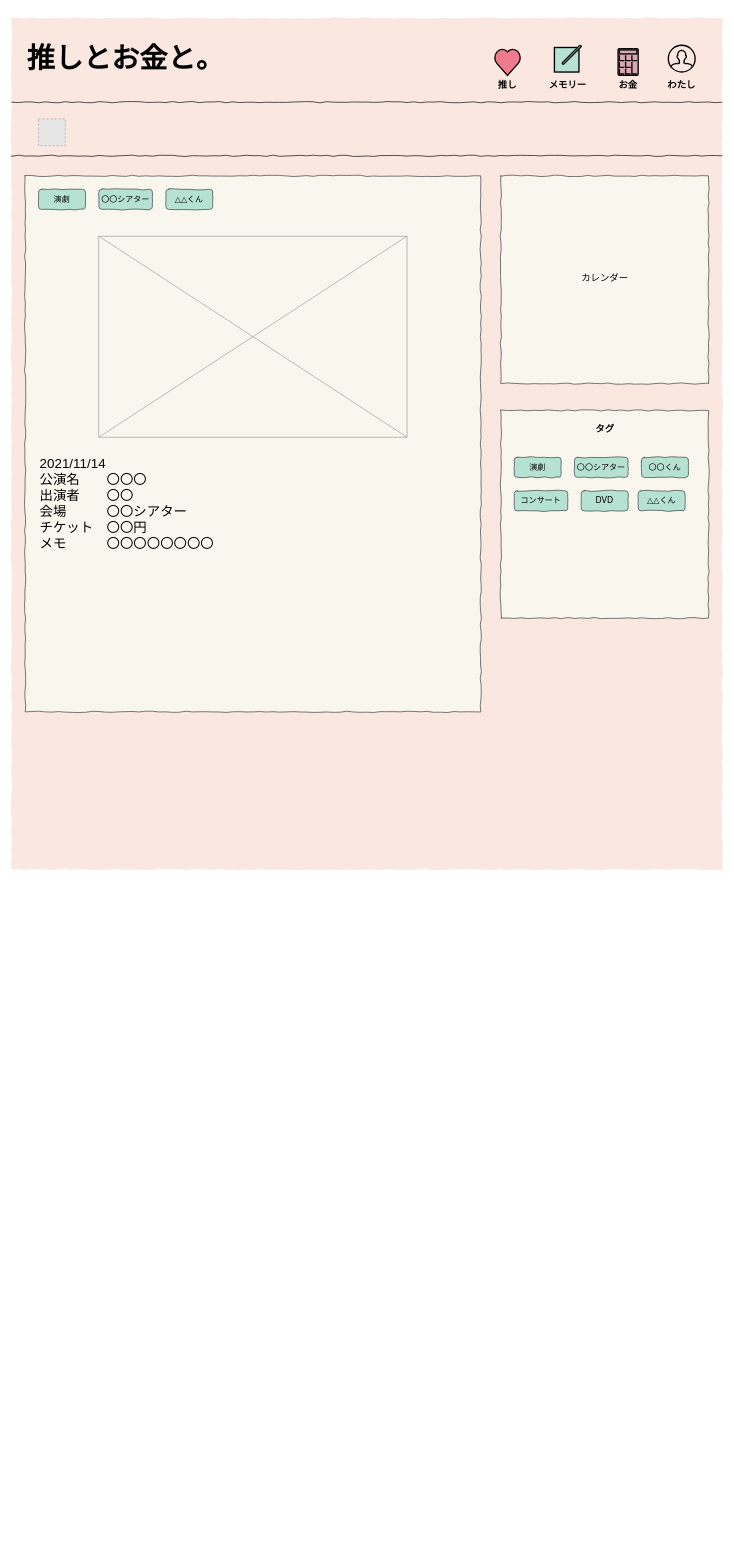
The draw.io diagram page "メモリー" (3 of 5) of Untitled Diagram.drawio in yuko-miyamoto/Laravel_10, before the edit. Source tidied: cells renumbered, new cells numbered last; positions are measured from the earlier drawing's top-left corner, leaving out a move shared by most shapes. Both pictures are drawn from the tidied source at 67%, with x=0, y=0 at pixel (11, 18). Pictures stored in the file or linked from it are replaced by grey dashed boxes.
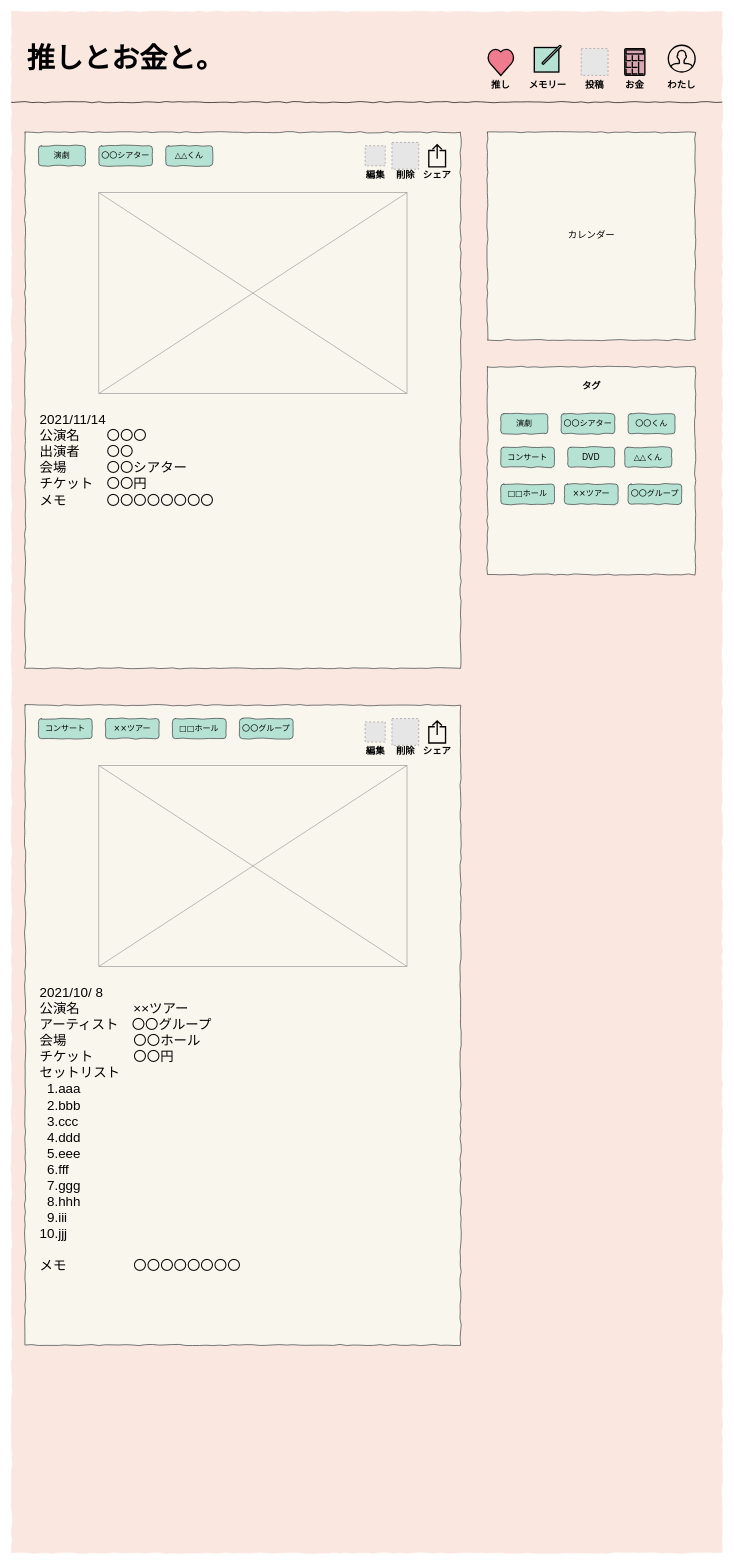
Above is the later version.

Change to the diagram source:
```diff
@@
     <mxCell id="2" style="whiteSpace=wrap;html=1;rounded=0;shadow=0;labelBackgroundColor=none;strokeWidth=1;fontFamily=Verdana;fontSize=12;align=center;comic=1;strokeColor=#FAE8E0;fillColor=#FAE8E0;fontColor=#ffffff;" parent="1" vertex="1">
-      <mxGeometry width="1060" height="1270" as="geometry" />
+      <mxGeometry y="-10" width="1060" height="2300" as="geometry" />
     </mxCell>
     <mxCell id="3" style="whiteSpace=wrap;html=1;rounded=0;shadow=0;labelBackgroundColor=none;strokeWidth=1;fontFamily=Verdana;fontSize=12;align=center;comic=1;fillColor=#F9F7ED;strokeColor=#36393d;" parent="1" vertex="1">
-      <mxGeometry x="730" y="585" width="310" height="310" as="geometry" />
+      <mxGeometry x="710" y="520" width="310" height="310" as="geometry" />
     </mxCell>
-    <mxCell id="4" value="わたし" style="whiteSpace=wrap;html=1;rounded=0;shadow=0;labelBackgroundColor=none;strokeWidth=1;fontFamily=Verdana;fontSize=14;align=center;comic=1;fillColor=none;strokeColor=none;verticalAlign=bottom;fontStyle=1;" parent="1" vertex="1">
-      <mxGeometry x="960" y="20" width="80" height="90" as="geometry" />
-    </mxCell>
-    <mxCell id="5" value="お金" style="whiteSpace=wrap;html=1;rounded=0;shadow=0;labelBackgroundColor=none;strokeWidth=1;fontFamily=Verdana;fontSize=14;align=center;comic=1;fillColor=none;strokeColor=none;verticalAlign=bottom;fontStyle=1;" parent="1" vertex="1">
-      <mxGeometry x="880" y="20" width="80" height="90" as="geometry" />
-    </mxCell>
-    <mxCell id="6" value="メモリー" style="whiteSpace=wrap;html=1;rounded=0;shadow=0;labelBackgroundColor=none;strokeWidth=1;fontFamily=Verdana;fontSize=14;align=center;comic=1;fillColor=none;strokeColor=none;verticalAlign=bottom;fontStyle=1;" parent="1" vertex="1">
-      <mxGeometry x="790" y="20" width="80" height="90" as="geometry" />
-    </mxCell>
-    <mxCell id="7" value="推し" style="whiteSpace=wrap;html=1;rounded=0;shadow=0;labelBackgroundColor=none;strokeWidth=1;fontFamily=Verdana;fontSize=14;align=center;comic=1;fillColor=none;strokeColor=none;verticalAlign=bottom;fontStyle=1;" parent="1" vertex="1">
-      <mxGeometry x="700" y="20" width="80" height="90" as="geometry" />
-    </mxCell>
@@
-    <mxCell id="10" style="html=1;verticalLabelPosition=bottom;align=center;labelBackgroundColor=default;verticalAlign=top;strokeWidth=2;strokeColor=#000000;shadow=0;dashed=0;shape=mxgraph.ios7.icons.edit;rounded=1;fontSize=18;fillColor=#B6E2D3;" parent="1" vertex="1">
-      <mxGeometry x="810" y="40" width="40" height="40" as="geometry" />
-    </mxCell>
-    <mxCell id="11" style="html=1;verticalLabelPosition=bottom;align=center;labelBackgroundColor=#ffffff;verticalAlign=top;strokeWidth=2;strokeColor=#000000;shadow=0;dashed=0;shape=mxgraph.ios7.icons.heart;rounded=1;fontSize=18;fillColor=#EF7C8E;" parent="1" vertex="1">
-      <mxGeometry x="720" y="45" width="40" height="40" as="geometry" />
-    </mxCell>
-    <mxCell id="12" style="html=1;verticalLabelPosition=bottom;align=center;labelBackgroundColor=#ffffff;verticalAlign=top;strokeWidth=2;strokeColor=#000000;shadow=0;dashed=0;shape=mxgraph.ios7.icons.calculator;rounded=0;sketch=0;fontSize=18;fillColor=#D8A7B1;" parent="1" vertex="1">
-      <mxGeometry x="905" y="45" width="30" height="40" as="geometry" />
-    </mxCell>
-    <mxCell id="13" style="html=1;verticalLabelPosition=bottom;align=center;labelBackgroundColor=#ffffff;verticalAlign=top;strokeWidth=2;strokeColor=#000000;shadow=0;dashed=0;shape=mxgraph.ios7.icons.user;rounded=0;sketch=0;fontSize=14;fillColor=none;" parent="1" vertex="1">
-      <mxGeometry x="980" y="40" width="40" height="40" as="geometry" />
-    </mxCell>
     <mxCell id="14" style="whiteSpace=wrap;html=1;rounded=0;shadow=0;labelBackgroundColor=none;strokeWidth=1;fontFamily=Verdana;fontSize=12;align=center;comic=1;fillColor=#F9F7ED;strokeColor=#36393d;" parent="1" vertex="1">
-      <mxGeometry x="730" y="235" width="310" height="310" as="geometry" />
+      <mxGeometry x="710" y="170" width="310" height="310" as="geometry" />
     </mxCell>
     <mxCell id="15" value="カレンダー" style="text;html=1;align=center;verticalAlign=middle;spacingTop=-4;fontSize=14;fontFamily=Verdana;" parent="1" vertex="1">
-      <mxGeometry x="800" y="380" width="170" height="20" as="geometry" />
+      <mxGeometry x="780" y="315" width="170" height="20" as="geometry" />
     </mxCell>
     <mxCell id="16" value="演劇" style="whiteSpace=wrap;html=1;rounded=1;shadow=0;labelBackgroundColor=none;strokeWidth=1;fontFamily=Verdana;fontSize=12;align=center;comic=1;fillColor=#B6E2D3;strokeColor=#36393d;" parent="1" vertex="1">
-      <mxGeometry x="750" y="655" width="70" height="30" as="geometry" />
+      <mxGeometry x="730" y="590" width="70" height="30" as="geometry" />
     </mxCell>
     <mxCell id="17" value="〇〇シアター" style="whiteSpace=wrap;html=1;rounded=1;shadow=0;labelBackgroundColor=none;strokeWidth=1;fontFamily=Verdana;fontSize=12;align=center;comic=1;fillColor=#B6E2D3;strokeColor=#36393d;" parent="1" vertex="1">
-      <mxGeometry x="840" y="655" width="80" height="30" as="geometry" />
+      <mxGeometry x="820" y="590" width="80" height="30" as="geometry" />
     </mxCell>
     <mxCell id="18" value="〇〇くん" style="whiteSpace=wrap;html=1;rounded=1;shadow=0;labelBackgroundColor=none;strokeWidth=1;fontFamily=Verdana;fontSize=12;align=center;comic=1;fillColor=#B6E2D3;strokeColor=#36393d;" parent="1" vertex="1">
-      <mxGeometry x="940" y="655" width="70" height="30" as="geometry" />
+      <mxGeometry x="920" y="590" width="70" height="30" as="geometry" />
     </mxCell>
     <mxCell id="19" style="whiteSpace=wrap;html=1;rounded=0;shadow=0;labelBackgroundColor=none;strokeWidth=1;fontFamily=Verdana;fontSize=12;align=center;comic=1;fillColor=#F9F7ED;strokeColor=#36393d;" parent="1" vertex="1">
-      <mxGeometry x="20" y="235" width="680" height="800" as="geometry" />
+      <mxGeometry x="20" y="170" width="650" height="800" as="geometry" />
     </mxCell>
     <mxCell id="20" style="verticalLabelPosition=bottom;shadow=0;dashed=0;align=center;html=1;verticalAlign=top;strokeWidth=1;shape=mxgraph.mockup.graphics.simpleIcon;strokeColor=#999999;rounded=1;fontSize=18;fillColor=none;" parent="1" vertex="1">
-      <mxGeometry x="130" y="325" width="460" height="300" as="geometry" />
+      <mxGeometry x="130" y="260" width="460" height="300" as="geometry" />
     </mxCell>
     <mxCell id="21" value="タグ" style="text;html=1;align=center;verticalAlign=middle;spacingTop=-4;fontSize=14;fontFamily=Verdana;fontStyle=1;" parent="1" vertex="1">
-      <mxGeometry x="800" y="605" width="170" height="20" as="geometry" />
+      <mxGeometry x="780" y="540" width="170" height="20" as="geometry" />
     </mxCell>
     <mxCell id="22" value="コンサート" style="whiteSpace=wrap;html=1;rounded=1;shadow=0;labelBackgroundColor=none;strokeWidth=1;fontFamily=Verdana;fontSize=12;align=center;comic=1;fillColor=#B6E2D3;strokeColor=#36393d;" parent="1" vertex="1">
-      <mxGeometry x="750" y="705" width="80" height="30" as="geometry" />
+      <mxGeometry x="730" y="640" width="80" height="30" as="geometry" />
     </mxCell>
     <mxCell id="23" value="DVD" style="whiteSpace=wrap;html=1;rounded=1;shadow=0;labelBackgroundColor=none;strokeWidth=1;fontFamily=Verdana;fontSize=12;align=center;comic=1;fillColor=#B6E2D3;strokeColor=#36393d;" parent="1" vertex="1">
-      <mxGeometry x="850" y="705" width="70" height="30" as="geometry" />
+      <mxGeometry x="830" y="640" width="70" height="30" as="geometry" />
     </mxCell>
     <mxCell id="24" value="△△くん" style="whiteSpace=wrap;html=1;rounded=1;shadow=0;labelBackgroundColor=none;strokeWidth=1;fontFamily=Verdana;fontSize=12;align=center;comic=1;fillColor=#B6E2D3;strokeColor=#36393d;" parent="1" vertex="1">
-      <mxGeometry x="935" y="705" width="70" height="30" as="geometry" />
+      <mxGeometry x="915" y="640" width="70" height="30" as="geometry" />
     </mxCell>
     <mxCell id="25" value="演劇" style="whiteSpace=wrap;html=1;rounded=1;shadow=0;labelBackgroundColor=none;strokeWidth=1;fontFamily=Verdana;fontSize=12;align=center;comic=1;fillColor=#B6E2D3;strokeColor=#36393d;" parent="1" vertex="1">
-      <mxGeometry x="40" y="255" width="70" height="30" as="geometry" />
+      <mxGeometry x="40" y="190" width="70" height="30" as="geometry" />
     </mxCell>
     <mxCell id="26" value="〇〇シアター" style="whiteSpace=wrap;html=1;rounded=1;shadow=0;labelBackgroundColor=none;strokeWidth=1;fontFamily=Verdana;fontSize=12;align=center;comic=1;fillColor=#B6E2D3;strokeColor=#36393d;" parent="1" vertex="1">
-      <mxGeometry x="130" y="255" width="80" height="30" as="geometry" />
+      <mxGeometry x="130" y="190" width="80" height="30" as="geometry" />
     </mxCell>
     <mxCell id="27" value="△△くん" style="whiteSpace=wrap;html=1;rounded=1;shadow=0;labelBackgroundColor=none;strokeWidth=1;fontFamily=Verdana;fontSize=12;align=center;comic=1;fillColor=#B6E2D3;strokeColor=#36393d;" parent="1" vertex="1">
-      <mxGeometry x="230" y="255" width="70" height="30" as="geometry" />
+      <mxGeometry x="230" y="190" width="70" height="30" as="geometry" />
     </mxCell>
     <mxCell id="28" value="2021/11/14&lt;br style=&quot;font-size: 20px&quot;&gt;公演名　　〇〇〇&lt;br style=&quot;font-size: 20px&quot;&gt;出演者　　〇〇&lt;br style=&quot;font-size: 20px&quot;&gt;会場　　　〇〇シアター&lt;br style=&quot;font-size: 20px&quot;&gt;チケット　〇〇円&lt;br style=&quot;font-size: 20px&quot;&gt;&lt;div style=&quot;font-size: 20px&quot;&gt;&lt;span style=&quot;font-size: 20px&quot;&gt;メモ　　　〇〇〇〇〇〇〇〇&lt;/span&gt;&lt;/div&gt;" style="text;html=1;strokeColor=none;fillColor=none;align=left;verticalAlign=top;whiteSpace=wrap;rounded=0;shadow=1;glass=0;sketch=0;fontSize=20;fontColor=#000000;" parent="1" vertex="1">
-      <mxGeometry x="40" y="645" width="640" height="350" as="geometry" />
+      <mxGeometry x="40" y="580" width="640" height="350" as="geometry" />
     </mxCell>
-    <mxCell id="29" style="line;strokeWidth=1;html=1;rounded=0;shadow=0;labelBackgroundColor=none;fillColor=none;fontFamily=Verdana;fontSize=14;fontColor=#000000;align=center;comic=1;" parent="1" vertex="1">
-      <mxGeometry y="200" width="1060" height="10" as="geometry" />
-    </mxCell>
-    <mxCell id="30" style="fillColor=#E6E6E6;strokeColor=#999999;dashed=1;html=1;verticalAlign=top;verticalLabelPosition=bottom;labelBackgroundColor=#ffffff;fontSize=14;fontColor=#000000;" parent="1" vertex="1">
-      <mxGeometry x="40" y="150" width="40" height="40" as="geometry" />
-    </mxCell>
+    <mxCell id="31" style="fillColor=#E6E6E6;strokeColor=#999999;dashed=1;html=1;verticalAlign=top;verticalLabelPosition=bottom;labelBackgroundColor=#ffffff;fontSize=14;fontColor=#000000;" parent="1" vertex="1">
+      <mxGeometry x="527.5" y="190" width="30" height="30" as="geometry" />
+    </mxCell>
+    <mxCell id="32" style="fillColor=#E6E6E6;strokeColor=#999999;dashed=1;html=1;verticalAlign=top;verticalLabelPosition=bottom;labelBackgroundColor=#ffffff;fontSize=14;fontColor=#000000;" parent="1" vertex="1">
+      <mxGeometry x="567.5" y="185" width="40" height="40" as="geometry" />
+    </mxCell>
+    <mxCell id="33" style="html=1;verticalLabelPosition=bottom;align=center;labelBackgroundColor=#ffffff;verticalAlign=top;strokeWidth=2;strokeColor=#000000;shadow=0;dashed=0;shape=mxgraph.ios7.icons.share;rounded=0;glass=0;sketch=0;fontSize=14;fontColor=#000000;fillColor=none;" parent="1" vertex="1">
+      <mxGeometry x="622.5" y="188.5" width="25" height="33" as="geometry" />
+    </mxCell>
+    <mxCell id="34" value="□□ホール" style="whiteSpace=wrap;html=1;rounded=1;shadow=0;labelBackgroundColor=none;strokeWidth=1;fontFamily=Verdana;fontSize=12;align=center;comic=1;fillColor=#B6E2D3;strokeColor=#36393d;" parent="1" vertex="1">
+      <mxGeometry x="730" y="695" width="80" height="30" as="geometry" />
+    </mxCell>
+    <mxCell id="35" value="××ツアー" style="whiteSpace=wrap;html=1;rounded=1;shadow=0;labelBackgroundColor=none;strokeWidth=1;fontFamily=Verdana;fontSize=12;align=center;comic=1;fillColor=#B6E2D3;strokeColor=#36393d;" parent="1" vertex="1">
+      <mxGeometry x="825" y="695" width="80" height="30" as="geometry" />
+    </mxCell>
+    <mxCell id="36" style="whiteSpace=wrap;html=1;rounded=0;shadow=0;labelBackgroundColor=none;strokeWidth=1;fontFamily=Verdana;fontSize=12;align=center;comic=1;fillColor=#F9F7ED;strokeColor=#36393d;" parent="1" vertex="1">
+      <mxGeometry x="20" y="1025" width="650" height="955" as="geometry" />
+    </mxCell>
+    <mxCell id="37" style="verticalLabelPosition=bottom;shadow=0;dashed=0;align=center;html=1;verticalAlign=top;strokeWidth=1;shape=mxgraph.mockup.graphics.simpleIcon;strokeColor=#999999;rounded=1;fontSize=18;fillColor=none;" parent="1" vertex="1">
+      <mxGeometry x="130" y="1115" width="460" height="300" as="geometry" />
+    </mxCell>
+    <mxCell id="38" value="2021/10/ 8&lt;br style=&quot;font-size: 20px&quot;&gt;公演名　　　　××ツアー&lt;br style=&quot;font-size: 20px&quot;&gt;アーティスト　〇〇グループ&lt;br style=&quot;font-size: 20px&quot;&gt;会場　　　　　〇〇ホール&lt;br style=&quot;font-size: 20px&quot;&gt;チケット　　　〇〇円&lt;br&gt;セットリスト&lt;br&gt;&amp;nbsp; 1.aaa&amp;nbsp;&lt;br&gt;&amp;nbsp; 2.bbb&lt;br&gt;&amp;nbsp; 3.ccc&lt;br&gt;&amp;nbsp; 4.ddd&lt;br&gt;&amp;nbsp; 5.eee&lt;br&gt;&amp;nbsp; 6.fff&lt;br&gt;&amp;nbsp; 7.ggg&lt;br&gt;&amp;nbsp; 8.hhh&lt;br&gt;&amp;nbsp; 9.iii&lt;br&gt;10.jjj&lt;br&gt;&lt;br style=&quot;font-size: 20px&quot;&gt;&lt;div style=&quot;font-size: 20px&quot;&gt;&lt;span style=&quot;font-size: 20px&quot;&gt;メモ　　　　　〇〇〇〇〇〇〇〇&lt;/span&gt;&lt;/div&gt;" style="text;html=1;strokeColor=none;fillColor=none;align=left;verticalAlign=top;whiteSpace=wrap;rounded=0;shadow=1;glass=0;sketch=0;fontSize=20;fontColor=#000000;" parent="1" vertex="1">
+      <mxGeometry x="40" y="1435" width="640" height="495" as="geometry" />
+    </mxCell>
+    <mxCell id="39" value="コンサート" style="whiteSpace=wrap;html=1;rounded=1;shadow=0;labelBackgroundColor=none;strokeWidth=1;fontFamily=Verdana;fontSize=12;align=center;comic=1;fillColor=#B6E2D3;strokeColor=#36393d;" parent="1" vertex="1">
+      <mxGeometry x="40" y="1045" width="80" height="30" as="geometry" />
+    </mxCell>
+    <mxCell id="40" value="××ツアー" style="whiteSpace=wrap;html=1;rounded=1;shadow=0;labelBackgroundColor=none;strokeWidth=1;fontFamily=Verdana;fontSize=12;align=center;comic=1;fillColor=#B6E2D3;strokeColor=#36393d;" parent="1" vertex="1">
+      <mxGeometry x="140" y="1045" width="80" height="30" as="geometry" />
+    </mxCell>
+    <mxCell id="41" value="□□ホール" style="whiteSpace=wrap;html=1;rounded=1;shadow=0;labelBackgroundColor=none;strokeWidth=1;fontFamily=Verdana;fontSize=12;align=center;comic=1;fillColor=#B6E2D3;strokeColor=#36393d;" parent="1" vertex="1">
+      <mxGeometry x="240" y="1045" width="80" height="30" as="geometry" />
+    </mxCell>
+    <mxCell id="42" value="編集" style="whiteSpace=wrap;html=1;rounded=0;shadow=0;labelBackgroundColor=none;strokeWidth=1;fontFamily=Verdana;fontSize=14;align=center;comic=1;fillColor=none;strokeColor=none;verticalAlign=bottom;fontStyle=1;" parent="1" vertex="1">
+      <mxGeometry x="507.5" y="165" width="70" height="80" as="geometry" />
+    </mxCell>
+    <mxCell id="43" value="削除" style="whiteSpace=wrap;html=1;rounded=0;shadow=0;labelBackgroundColor=none;strokeWidth=1;fontFamily=Verdana;fontSize=14;align=center;comic=1;fillColor=none;strokeColor=none;verticalAlign=bottom;fontStyle=1;" parent="1" vertex="1">
+      <mxGeometry x="552.5" y="165" width="70" height="80" as="geometry" />
+    </mxCell>
+    <mxCell id="44" value="シェア" style="whiteSpace=wrap;html=1;rounded=0;shadow=0;labelBackgroundColor=none;strokeWidth=1;fontFamily=Verdana;fontSize=14;align=center;comic=1;fillColor=none;strokeColor=none;verticalAlign=bottom;fontStyle=1;" parent="1" vertex="1">
+      <mxGeometry x="600" y="165" width="70" height="80" as="geometry" />
+    </mxCell>
+    <mxCell id="45" style="fillColor=#E6E6E6;strokeColor=#999999;dashed=1;html=1;verticalAlign=top;verticalLabelPosition=bottom;labelBackgroundColor=#ffffff;fontSize=14;fontColor=#000000;" parent="1" vertex="1">
+      <mxGeometry x="527.5" y="1050" width="30" height="30" as="geometry" />
+    </mxCell>
+    <mxCell id="46" style="fillColor=#E6E6E6;strokeColor=#999999;dashed=1;html=1;verticalAlign=top;verticalLabelPosition=bottom;labelBackgroundColor=#ffffff;fontSize=14;fontColor=#000000;" parent="1" vertex="1">
+      <mxGeometry x="567.5" y="1045" width="40" height="40" as="geometry" />
+    </mxCell>
+    <mxCell id="47" style="html=1;verticalLabelPosition=bottom;align=center;labelBackgroundColor=#ffffff;verticalAlign=top;strokeWidth=2;strokeColor=#000000;shadow=0;dashed=0;shape=mxgraph.ios7.icons.share;rounded=0;glass=0;sketch=0;fontSize=14;fontColor=#000000;fillColor=none;" parent="1" vertex="1">
+      <mxGeometry x="622.5" y="1048.5" width="25" height="33" as="geometry" />
+    </mxCell>
+    <mxCell id="48" value="編集" style="whiteSpace=wrap;html=1;rounded=0;shadow=0;labelBackgroundColor=none;strokeWidth=1;fontFamily=Verdana;fontSize=14;align=center;comic=1;fillColor=none;strokeColor=none;verticalAlign=bottom;fontStyle=1;" parent="1" vertex="1">
+      <mxGeometry x="507.5" y="1025" width="70" height="80" as="geometry" />
+    </mxCell>
+    <mxCell id="49" value="削除" style="whiteSpace=wrap;html=1;rounded=0;shadow=0;labelBackgroundColor=none;strokeWidth=1;fontFamily=Verdana;fontSize=14;align=center;comic=1;fillColor=none;strokeColor=none;verticalAlign=bottom;fontStyle=1;" parent="1" vertex="1">
+      <mxGeometry x="552.5" y="1025" width="70" height="80" as="geometry" />
+    </mxCell>
+    <mxCell id="50" value="シェア" style="whiteSpace=wrap;html=1;rounded=0;shadow=0;labelBackgroundColor=none;strokeWidth=1;fontFamily=Verdana;fontSize=14;align=center;comic=1;fillColor=none;strokeColor=none;verticalAlign=bottom;fontStyle=1;" parent="1" vertex="1">
+      <mxGeometry x="600" y="1025" width="70" height="80" as="geometry" />
+    </mxCell>
+    <mxCell id="51" value="〇〇グループ" style="whiteSpace=wrap;html=1;rounded=1;shadow=0;labelBackgroundColor=none;strokeWidth=1;fontFamily=Verdana;fontSize=12;align=center;comic=1;fillColor=#B6E2D3;strokeColor=#36393d;" parent="1" vertex="1">
+      <mxGeometry x="920" y="695" width="80" height="30" as="geometry" />
+    </mxCell>
+    <mxCell id="52" value="〇〇グループ" style="whiteSpace=wrap;html=1;rounded=1;shadow=0;labelBackgroundColor=none;strokeWidth=1;fontFamily=Verdana;fontSize=12;align=center;comic=1;fillColor=#B6E2D3;strokeColor=#36393d;" parent="1" vertex="1">
+      <mxGeometry x="340" y="1045" width="80" height="30" as="geometry" />
+    </mxCell>
+    <mxCell id="53" value="投稿" style="whiteSpace=wrap;html=1;rounded=0;shadow=0;labelBackgroundColor=none;strokeWidth=1;fontFamily=Verdana;fontSize=14;align=center;comic=1;fillColor=none;strokeColor=none;verticalAlign=bottom;fontStyle=1;" parent="1" vertex="1">
+      <mxGeometry x="830" y="20" width="80" height="90" as="geometry" />
+    </mxCell>
+    <mxCell id="4" value="わたし" style="whiteSpace=wrap;html=1;rounded=0;shadow=0;labelBackgroundColor=none;strokeWidth=1;fontFamily=Verdana;fontSize=14;align=center;comic=1;fillColor=none;strokeColor=none;verticalAlign=bottom;fontStyle=1;" parent="1" vertex="1">
+      <mxGeometry x="960" y="20" width="80" height="90" as="geometry" />
+    </mxCell>
+    <mxCell id="5" value="お金" style="whiteSpace=wrap;html=1;rounded=0;shadow=0;labelBackgroundColor=none;strokeWidth=1;fontFamily=Verdana;fontSize=14;align=center;comic=1;fillColor=none;strokeColor=none;verticalAlign=bottom;fontStyle=1;" parent="1" vertex="1">
+      <mxGeometry x="890" y="20" width="80" height="90" as="geometry" />
+    </mxCell>
+    <mxCell id="6" value="メモリー" style="whiteSpace=wrap;html=1;rounded=0;shadow=0;labelBackgroundColor=none;strokeWidth=1;fontFamily=Verdana;fontSize=14;align=center;comic=1;fillColor=none;strokeColor=none;verticalAlign=bottom;fontStyle=1;" parent="1" vertex="1">
+      <mxGeometry x="760" y="20" width="80" height="90" as="geometry" />
+    </mxCell>
+    <mxCell id="54" style="html=1;verticalLabelPosition=bottom;align=center;labelBackgroundColor=default;verticalAlign=top;strokeWidth=2;strokeColor=#000000;shadow=0;dashed=0;shape=mxgraph.ios7.icons.edit;rounded=1;fontSize=18;fillColor=#B6E2D3;" parent="1" vertex="1">
+      <mxGeometry x="780" y="40" width="40" height="40" as="geometry" />
+    </mxCell>
+    <mxCell id="55" style="html=1;verticalLabelPosition=bottom;align=center;labelBackgroundColor=#ffffff;verticalAlign=top;strokeWidth=2;strokeColor=#000000;shadow=0;dashed=0;shape=mxgraph.ios7.icons.heart;rounded=1;fontSize=18;fillColor=#EF7C8E;" parent="1" vertex="1">
+      <mxGeometry x="710" y="45" width="40" height="40" as="geometry" />
+    </mxCell>
+    <mxCell id="56" style="html=1;verticalLabelPosition=bottom;align=center;labelBackgroundColor=#ffffff;verticalAlign=top;strokeWidth=2;strokeColor=#000000;shadow=0;dashed=0;shape=mxgraph.ios7.icons.calculator;rounded=0;sketch=0;fontSize=18;fillColor=#D8A7B1;" parent="1" vertex="1">
+      <mxGeometry x="915" y="45" width="30" height="40" as="geometry" />
+    </mxCell>
+    <mxCell id="13" style="html=1;verticalLabelPosition=bottom;align=center;labelBackgroundColor=#ffffff;verticalAlign=top;strokeWidth=2;strokeColor=#000000;shadow=0;dashed=0;shape=mxgraph.ios7.icons.user;rounded=0;sketch=0;fontSize=14;fillColor=none;" parent="1" vertex="1">
+      <mxGeometry x="980" y="40" width="40" height="40" as="geometry" />
+    </mxCell>
+    <mxCell id="57" style="fillColor=#E6E6E6;strokeColor=#999999;dashed=1;html=1;verticalAlign=top;verticalLabelPosition=bottom;labelBackgroundColor=#ffffff;fontSize=14;fontColor=#000000;" parent="1" vertex="1">
+      <mxGeometry x="850" y="45" width="40" height="40" as="geometry" />
+    </mxCell>
+    <mxCell id="7" value="推し" style="whiteSpace=wrap;html=1;rounded=0;shadow=0;labelBackgroundColor=none;strokeWidth=1;fontFamily=Verdana;fontSize=14;align=center;comic=1;fillColor=none;strokeColor=none;verticalAlign=bottom;fontStyle=1;" parent="1" vertex="1">
+      <mxGeometry x="690" y="20" width="80" height="90" as="geometry" />
+    </mxCell>
```
